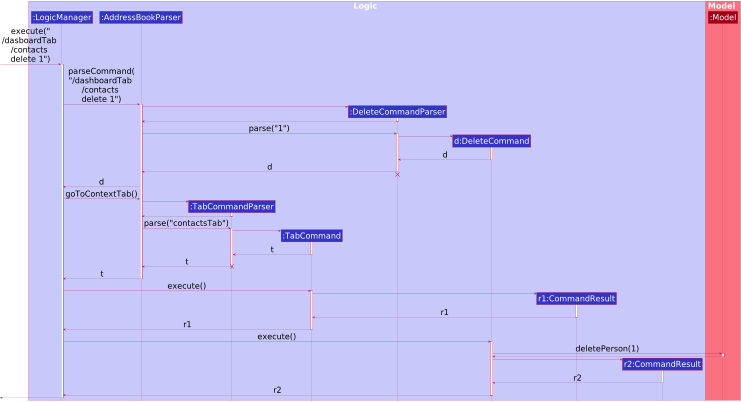
The PlantUML diagram docs/images/DeleteSequenceDiagram.png in whoisjustinngo/tp, before a commit.
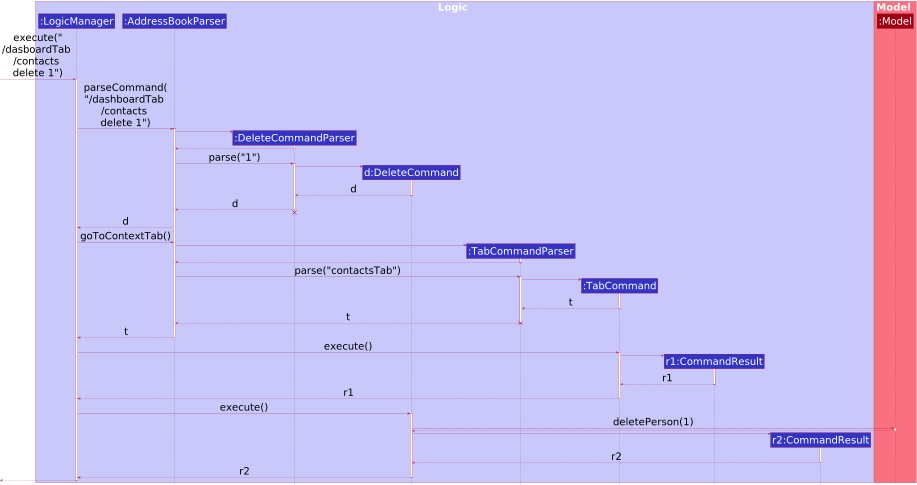
Above is the later version.

Commit message:
Add more description to Sequence Diagram

What changed in the source:
```diff
@@ -1,16 +1,16 @@
 @startuml
 !include style.puml
 
-skinparam arrowFontSize 40
-skinparam participantFontSize 40
+skinparam arrowFontSize 48
+skinparam participantFontSize 48
 
 box Logic LOGIC_COLOR_T1
 participant ":LogicManager" as LogicManager LOGIC_COLOR
 participant ":AddressBookParser" as AddressBookParser LOGIC_COLOR
+participant ":DeleteCommandParser" as DeleteCommandParser LOGIC_COLOR
+participant "d:DeleteCommand" as DeleteCommand LOGIC_COLOR
 participant ":TabCommandParser" as TabCommandParser LOGIC_COLOR
 participant ":TabCommand" as TabCommand LOGIC_COLOR
-participant ":DeleteCommandParser" as DeleteCommandParser LOGIC_COLOR
-participant "d:DeleteCommand" as DeleteCommand LOGIC_COLOR
 participant "r1:CommandResult" as CommandResult1 LOGIC_COLOR
 participant "r2:CommandResult" as CommandResult2 LOGIC_COLOR
 end box
```
